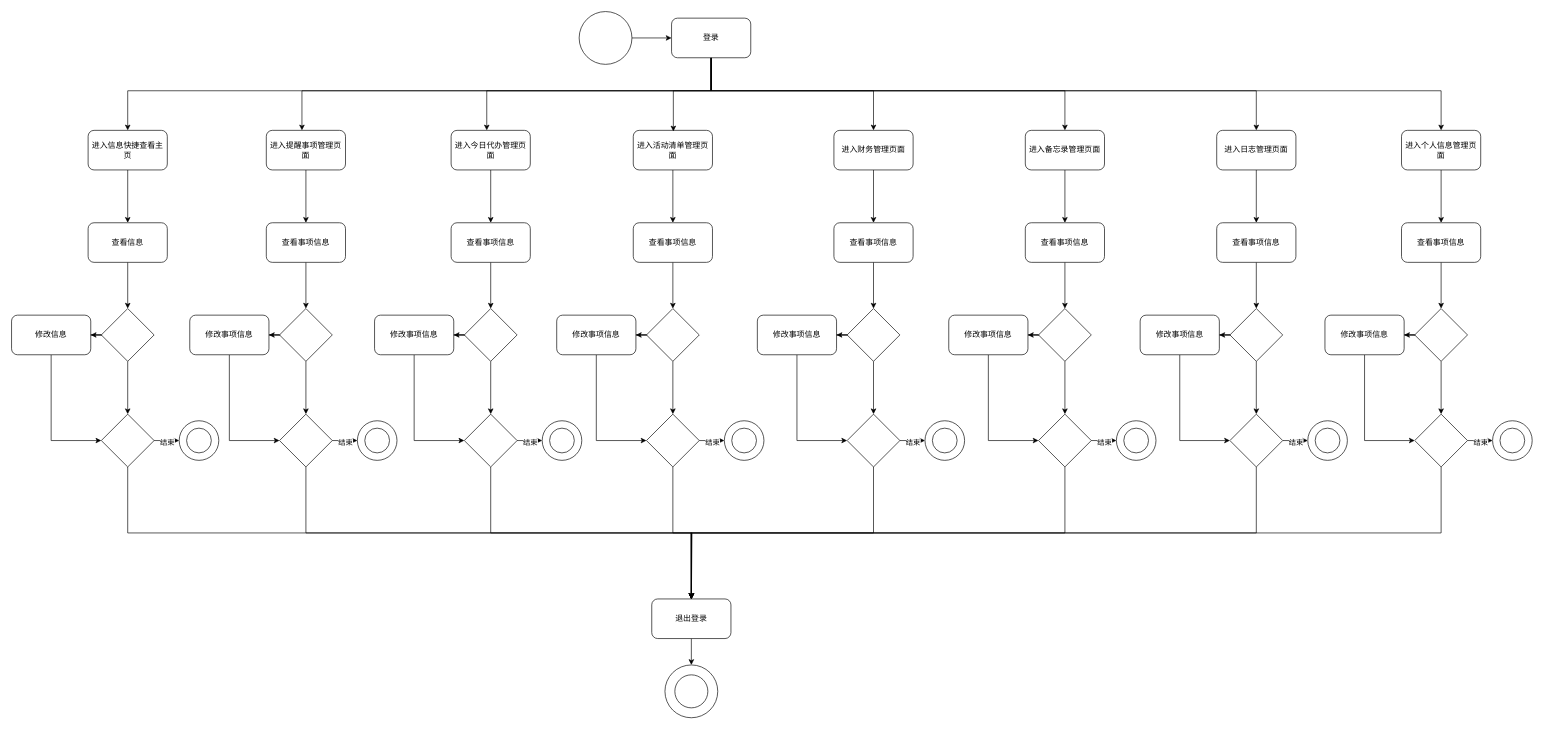
The draw.io diagram 工程流程图.drawio in GitHubDeadTree/Campus-ToDo, before the edit. Source tidied: cells renumbered, new cells numbered last; positions are measured from the earlier drawing's top-left corner, leaving out a move shared by most shapes. Both pictures are drawn from the tidied source at 66%, with x=0, y=0 at pixel (11, 11).
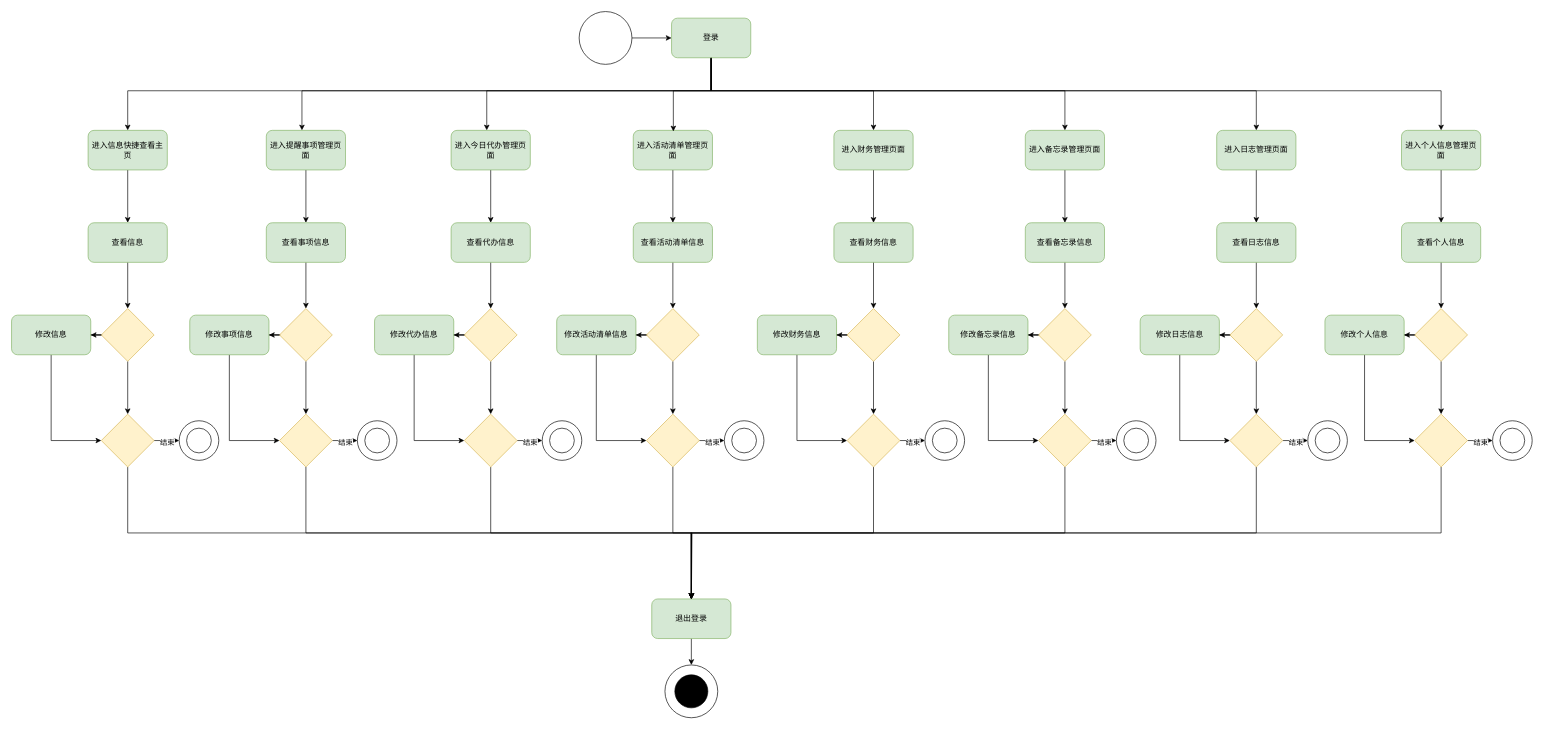
The same diagram, later.

Commit message (it also covers changes not shown here):
更新工程流程图.drawio

The change refers to these unchanged cells:
```xml
<mxCell id="36" style="group;" parent="1" vertex="1">
  <mxGeometry x="990" y="990" width="80" height="80" as="geometry" />
</mxCell>
```

The edit, as a diff of the source:
```diff
@@
-    <mxCell id="12" value="登录" style="rounded=1;whiteSpace=wrap;html=1;" parent="1" vertex="1">
+    <mxCell id="12" value="登录" style="rounded=1;whiteSpace=wrap;html=1;fillColor=#d5e8d4;strokeColor=#82b366;" parent="1" vertex="1">
       <mxGeometry x="1000" y="10" width="120" height="60" as="geometry" />
     </mxCell>
@@
-    <mxCell id="14" value="进入信息快捷查看主页" style="rounded=1;whiteSpace=wrap;html=1;" parent="1" vertex="1">
+    <mxCell id="14" value="进入信息快捷查看主页" style="rounded=1;whiteSpace=wrap;html=1;fillColor=#d5e8d4;strokeColor=#82b366;" parent="1" vertex="1">
       <mxGeometry x="116" y="180" width="120" height="60" as="geometry" />
     </mxCell>
@@
-    <mxCell id="16" value="查看信息" style="whiteSpace=wrap;html=1;rounded=1;" parent="1" vertex="1">
+    <mxCell id="16" value="查看信息" style="whiteSpace=wrap;html=1;rounded=1;fillColor=#d5e8d4;strokeColor=#82b366;" parent="1" vertex="1">
       <mxGeometry x="116" y="320" width="120" height="60" as="geometry" />
     </mxCell>
@@
-    <mxCell id="19" style="rhombus;whiteSpace=wrap;html=1;" parent="1" vertex="1">
+    <mxCell id="19" style="rhombus;whiteSpace=wrap;html=1;fillColor=#fff2cc;strokeColor=#d6b656;" parent="1" vertex="1">
       <mxGeometry x="136" y="450" width="80" height="80" as="geometry" />
     </mxCell>
@@
-    <mxCell id="21" value="进入提醒事项管理页面" style="rounded=1;whiteSpace=wrap;html=1;" parent="1" vertex="1">
+    <mxCell id="21" value="进入提醒事项管理页面" style="rounded=1;whiteSpace=wrap;html=1;fillColor=#d5e8d4;strokeColor=#82b366;" parent="1" vertex="1">
       <mxGeometry x="386" y="180" width="120" height="60" as="geometry" />
     </mxCell>
@@
-    <mxCell id="23" value="进入今日代办管理页面" style="rounded=1;whiteSpace=wrap;html=1;" parent="1" vertex="1">
+    <mxCell id="23" value="进入今日代办管理页面" style="rounded=1;whiteSpace=wrap;html=1;fillColor=#d5e8d4;strokeColor=#82b366;" parent="1" vertex="1">
       <mxGeometry x="666" y="180" width="120" height="60" as="geometry" />
     </mxCell>
@@
-    <mxCell id="25" value="进入活动清单管理页面" style="rounded=1;whiteSpace=wrap;html=1;" parent="1" vertex="1">
+    <mxCell id="25" value="进入活动清单管理页面" style="rounded=1;whiteSpace=wrap;html=1;fillColor=#d5e8d4;strokeColor=#82b366;" parent="1" vertex="1">
       <mxGeometry x="942" y="180" width="120" height="60" as="geometry" />
     </mxCell>
@@
-    <mxCell id="27" value="进入财务管理页面" style="rounded=1;whiteSpace=wrap;html=1;" parent="1" vertex="1">
+    <mxCell id="27" value="进入财务管理页面" style="rounded=1;whiteSpace=wrap;html=1;fillColor=#d5e8d4;strokeColor=#82b366;" parent="1" vertex="1">
       <mxGeometry x="1246" y="180" width="120" height="60" as="geometry" />
     </mxCell>
@@
-    <mxCell id="29" value="进入备忘录管理页面" style="rounded=1;whiteSpace=wrap;html=1;" parent="1" vertex="1">
+    <mxCell id="29" value="进入备忘录管理页面" style="rounded=1;whiteSpace=wrap;html=1;fillColor=#d5e8d4;strokeColor=#82b366;" parent="1" vertex="1">
       <mxGeometry x="1536" y="180" width="120" height="60" as="geometry" />
     </mxCell>
@@
-    <mxCell id="31" value="进入日志管理页面" style="rounded=1;whiteSpace=wrap;html=1;" parent="1" vertex="1">
+    <mxCell id="31" value="进入日志管理页面" style="rounded=1;whiteSpace=wrap;html=1;fillColor=#d5e8d4;strokeColor=#82b366;" parent="1" vertex="1">
       <mxGeometry x="1826" y="180" width="120" height="60" as="geometry" />
     </mxCell>
@@
-    <mxCell id="33" value="进入个人信息管理页面" style="rounded=1;whiteSpace=wrap;html=1;" parent="1" vertex="1">
+    <mxCell id="33" value="进入个人信息管理页面" style="rounded=1;whiteSpace=wrap;html=1;fillColor=#d5e8d4;strokeColor=#82b366;" parent="1" vertex="1">
       <mxGeometry x="2106" y="180" width="120" height="60" as="geometry" />
     </mxCell>
@@
-    <mxCell id="35" value="退出登录" style="rounded=1;whiteSpace=wrap;html=1;" parent="1" vertex="1">
+    <mxCell id="35" value="退出登录" style="rounded=1;whiteSpace=wrap;html=1;fillColor=#d5e8d4;strokeColor=#82b366;" parent="1" vertex="1">
       <mxGeometry x="970" y="890" width="120" height="60" as="geometry" />
     </mxCell>
@@
-    <mxCell id="38" style="ellipse;whiteSpace=wrap;html=1;rounded=1;" parent="36" vertex="1">
+    <mxCell id="38" style="ellipse;whiteSpace=wrap;html=1;rounded=1;fillColor=#000000;" parent="36" vertex="1">
       <mxGeometry x="15" y="15" width="50" height="50" as="geometry" />
     </mxCell>
@@
-    <mxCell id="43" style="rhombus;whiteSpace=wrap;html=1;" parent="1" vertex="1">
+    <mxCell id="43" style="rhombus;whiteSpace=wrap;html=1;fillColor=#fff2cc;strokeColor=#d6b656;" parent="1" vertex="1">
       <mxGeometry x="136" y="610" width="80" height="80" as="geometry" />
     </mxCell>
@@
-    <mxCell id="47" value="修改信息" style="rounded=1;whiteSpace=wrap;html=1;" parent="1" vertex="1">
+    <mxCell id="47" value="修改信息" style="rounded=1;whiteSpace=wrap;html=1;fillColor=#d5e8d4;strokeColor=#82b366;" parent="1" vertex="1">
       <mxGeometry y="460" width="120" height="60" as="geometry" />
     </mxCell>
@@
-    <mxCell id="50" value="查看事项信息" style="whiteSpace=wrap;html=1;rounded=1;" parent="1" vertex="1">
+    <mxCell id="50" value="查看事项信息" style="whiteSpace=wrap;html=1;rounded=1;fillColor=#d5e8d4;strokeColor=#82b366;" parent="1" vertex="1">
       <mxGeometry x="386" y="320" width="120" height="60" as="geometry" />
     </mxCell>
@@
-    <mxCell id="53" style="rhombus;whiteSpace=wrap;html=1;" parent="1" vertex="1">
+    <mxCell id="53" style="rhombus;whiteSpace=wrap;html=1;fillColor=#fff2cc;strokeColor=#d6b656;" parent="1" vertex="1">
       <mxGeometry x="406" y="450" width="80" height="80" as="geometry" />
     </mxCell>
@@
-    <mxCell id="57" style="rhombus;whiteSpace=wrap;html=1;" parent="1" vertex="1">
+    <mxCell id="57" style="rhombus;whiteSpace=wrap;html=1;fillColor=#fff2cc;strokeColor=#d6b656;" parent="1" vertex="1">
       <mxGeometry x="406" y="610" width="80" height="80" as="geometry" />
     </mxCell>
@@
-    <mxCell id="61" value="修改事项信息" style="rounded=1;whiteSpace=wrap;html=1;" parent="1" vertex="1">
+    <mxCell id="61" value="修改事项信息" style="rounded=1;whiteSpace=wrap;html=1;fillColor=#d5e8d4;strokeColor=#82b366;" parent="1" vertex="1">
       <mxGeometry x="270" y="460" width="120" height="60" as="geometry" />
     </mxCell>
@@
-    <mxCell id="63" value="查看事项信息" style="whiteSpace=wrap;html=1;rounded=1;" parent="1" vertex="1">
+    <mxCell id="63" value="查看&lt;span style=&quot;background-color: initial;&quot;&gt;代办信息&lt;/span&gt;" style="whiteSpace=wrap;html=1;rounded=1;fillColor=#d5e8d4;strokeColor=#82b366;" parent="1" vertex="1">
       <mxGeometry x="666" y="320" width="120" height="60" as="geometry" />
     </mxCell>
@@
-    <mxCell id="66" style="rhombus;whiteSpace=wrap;html=1;" parent="1" vertex="1">
+    <mxCell id="66" style="rhombus;whiteSpace=wrap;html=1;fillColor=#fff2cc;strokeColor=#d6b656;" parent="1" vertex="1">
       <mxGeometry x="686" y="450" width="80" height="80" as="geometry" />
     </mxCell>
@@
-    <mxCell id="71" style="rhombus;whiteSpace=wrap;html=1;" parent="1" vertex="1">
+    <mxCell id="71" style="rhombus;whiteSpace=wrap;html=1;fillColor=#fff2cc;strokeColor=#d6b656;" parent="1" vertex="1">
       <mxGeometry x="686" y="610" width="80" height="80" as="geometry" />
     </mxCell>
@@
-    <mxCell id="75" value="修改事项信息" style="rounded=1;whiteSpace=wrap;html=1;" parent="1" vertex="1">
+    <mxCell id="75" value="修改代办信息" style="rounded=1;whiteSpace=wrap;html=1;fillColor=#d5e8d4;strokeColor=#82b366;" parent="1" vertex="1">
       <mxGeometry x="550" y="460" width="120" height="60" as="geometry" />
     </mxCell>
@@
-    <mxCell id="77" value="查看事项信息" style="whiteSpace=wrap;html=1;rounded=1;" parent="1" vertex="1">
+    <mxCell id="77" value="查看活动清单信息" style="whiteSpace=wrap;html=1;rounded=1;fillColor=#d5e8d4;strokeColor=#82b366;" parent="1" vertex="1">
       <mxGeometry x="942" y="320" width="120" height="60" as="geometry" />
     </mxCell>
@@
-    <mxCell id="80" style="rhombus;whiteSpace=wrap;html=1;" parent="1" vertex="1">
+    <mxCell id="80" style="rhombus;whiteSpace=wrap;html=1;fillColor=#fff2cc;strokeColor=#d6b656;" parent="1" vertex="1">
       <mxGeometry x="962" y="450" width="80" height="80" as="geometry" />
     </mxCell>
@@
-    <mxCell id="85" style="rhombus;whiteSpace=wrap;html=1;" parent="1" vertex="1">
+    <mxCell id="85" style="rhombus;whiteSpace=wrap;html=1;fillColor=#fff2cc;strokeColor=#d6b656;" parent="1" vertex="1">
       <mxGeometry x="962" y="610" width="80" height="80" as="geometry" />
     </mxCell>
@@
-    <mxCell id="89" value="修改事项信息" style="rounded=1;whiteSpace=wrap;html=1;" parent="1" vertex="1">
+    <mxCell id="89" value="修改活动清单信息" style="rounded=1;whiteSpace=wrap;html=1;fillColor=#d5e8d4;strokeColor=#82b366;" parent="1" vertex="1">
       <mxGeometry x="826" y="460" width="120" height="60" as="geometry" />
     </mxCell>
@@
-    <mxCell id="91" value="查看事项信息" style="whiteSpace=wrap;html=1;rounded=1;" parent="1" vertex="1">
+    <mxCell id="91" value="查看财务信息" style="whiteSpace=wrap;html=1;rounded=1;fillColor=#d5e8d4;strokeColor=#82b366;" parent="1" vertex="1">
       <mxGeometry x="1246" y="320" width="120" height="60" as="geometry" />
     </mxCell>
@@
-    <mxCell id="94" style="rhombus;whiteSpace=wrap;html=1;" parent="1" vertex="1">
+    <mxCell id="94" style="rhombus;whiteSpace=wrap;html=1;fillColor=#fff2cc;strokeColor=#d6b656;" parent="1" vertex="1">
       <mxGeometry x="1266" y="450" width="80" height="80" as="geometry" />
     </mxCell>
@@
-    <mxCell id="99" style="rhombus;whiteSpace=wrap;html=1;" parent="1" vertex="1">
+    <mxCell id="99" style="rhombus;whiteSpace=wrap;html=1;fillColor=#fff2cc;strokeColor=#d6b656;" parent="1" vertex="1">
       <mxGeometry x="1266" y="610" width="80" height="80" as="geometry" />
     </mxCell>
@@
-    <mxCell id="103" value="修改事项信息" style="rounded=1;whiteSpace=wrap;html=1;" parent="1" vertex="1">
+    <mxCell id="103" value="修改财务信息" style="rounded=1;whiteSpace=wrap;html=1;fillColor=#d5e8d4;strokeColor=#82b366;" parent="1" vertex="1">
       <mxGeometry x="1130" y="460" width="120" height="60" as="geometry" />
     </mxCell>
@@
-    <mxCell id="105" value="查看事项信息" style="whiteSpace=wrap;html=1;rounded=1;" parent="1" vertex="1">
+    <mxCell id="105" value="查看备忘录信息" style="whiteSpace=wrap;html=1;rounded=1;fillColor=#d5e8d4;strokeColor=#82b366;" parent="1" vertex="1">
       <mxGeometry x="1536" y="320" width="120" height="60" as="geometry" />
     </mxCell>
@@
-    <mxCell id="108" style="rhombus;whiteSpace=wrap;html=1;" parent="1" vertex="1">
+    <mxCell id="108" style="rhombus;whiteSpace=wrap;html=1;fillColor=#fff2cc;strokeColor=#d6b656;" parent="1" vertex="1">
       <mxGeometry x="1556" y="450" width="80" height="80" as="geometry" />
     </mxCell>
@@
-    <mxCell id="113" style="rhombus;whiteSpace=wrap;html=1;" parent="1" vertex="1">
+    <mxCell id="113" style="rhombus;whiteSpace=wrap;html=1;fillColor=#fff2cc;strokeColor=#d6b656;" parent="1" vertex="1">
       <mxGeometry x="1556" y="610" width="80" height="80" as="geometry" />
     </mxCell>
@@
-    <mxCell id="117" value="修改事项信息" style="rounded=1;whiteSpace=wrap;html=1;" parent="1" vertex="1">
+    <mxCell id="117" value="修改备忘录信息" style="rounded=1;whiteSpace=wrap;html=1;fillColor=#d5e8d4;strokeColor=#82b366;" parent="1" vertex="1">
       <mxGeometry x="1420" y="460" width="120" height="60" as="geometry" />
     </mxCell>
@@
-    <mxCell id="119" value="查看事项信息" style="whiteSpace=wrap;html=1;rounded=1;" parent="1" vertex="1">
+    <mxCell id="119" value="查看日志信息" style="whiteSpace=wrap;html=1;rounded=1;fillColor=#d5e8d4;strokeColor=#82b366;" parent="1" vertex="1">
       <mxGeometry x="1826" y="320" width="120" height="60" as="geometry" />
     </mxCell>
@@
-    <mxCell id="122" style="rhombus;whiteSpace=wrap;html=1;" parent="1" vertex="1">
+    <mxCell id="122" style="rhombus;whiteSpace=wrap;html=1;fillColor=#fff2cc;strokeColor=#d6b656;" parent="1" vertex="1">
       <mxGeometry x="1846" y="450" width="80" height="80" as="geometry" />
     </mxCell>
@@
-    <mxCell id="127" style="rhombus;whiteSpace=wrap;html=1;" parent="1" vertex="1">
+    <mxCell id="127" style="rhombus;whiteSpace=wrap;html=1;fillColor=#fff2cc;strokeColor=#d6b656;" parent="1" vertex="1">
       <mxGeometry x="1846" y="610" width="80" height="80" as="geometry" />
     </mxCell>
@@
-    <mxCell id="131" value="修改事项信息" style="rounded=1;whiteSpace=wrap;html=1;" parent="1" vertex="1">
+    <mxCell id="131" value="修改日志信息" style="rounded=1;whiteSpace=wrap;html=1;fillColor=#d5e8d4;strokeColor=#82b366;" parent="1" vertex="1">
       <mxGeometry x="1710" y="460" width="120" height="60" as="geometry" />
     </mxCell>
@@
-    <mxCell id="133" value="查看事项信息" style="whiteSpace=wrap;html=1;rounded=1;" parent="1" vertex="1">
+    <mxCell id="133" value="查看个人信息" style="whiteSpace=wrap;html=1;rounded=1;fillColor=#d5e8d4;strokeColor=#82b366;" parent="1" vertex="1">
       <mxGeometry x="2106" y="320" width="120" height="60" as="geometry" />
     </mxCell>
@@
-    <mxCell id="136" style="rhombus;whiteSpace=wrap;html=1;" parent="1" vertex="1">
+    <mxCell id="136" style="rhombus;whiteSpace=wrap;html=1;fillColor=#fff2cc;strokeColor=#d6b656;" parent="1" vertex="1">
       <mxGeometry x="2126" y="450" width="80" height="80" as="geometry" />
     </mxCell>
@@
-    <mxCell id="141" style="rhombus;whiteSpace=wrap;html=1;" parent="1" vertex="1">
+    <mxCell id="141" style="rhombus;whiteSpace=wrap;html=1;fillColor=#fff2cc;strokeColor=#d6b656;" parent="1" vertex="1">
       <mxGeometry x="2126" y="610" width="80" height="80" as="geometry" />
     </mxCell>
@@
-    <mxCell id="145" value="修改事项信息" style="rounded=1;whiteSpace=wrap;html=1;" parent="1" vertex="1">
+    <mxCell id="145" value="修改个人信息" style="rounded=1;whiteSpace=wrap;html=1;fillColor=#d5e8d4;strokeColor=#82b366;" parent="1" vertex="1">
       <mxGeometry x="1990" y="460" width="120" height="60" as="geometry" />
     </mxCell>
```
